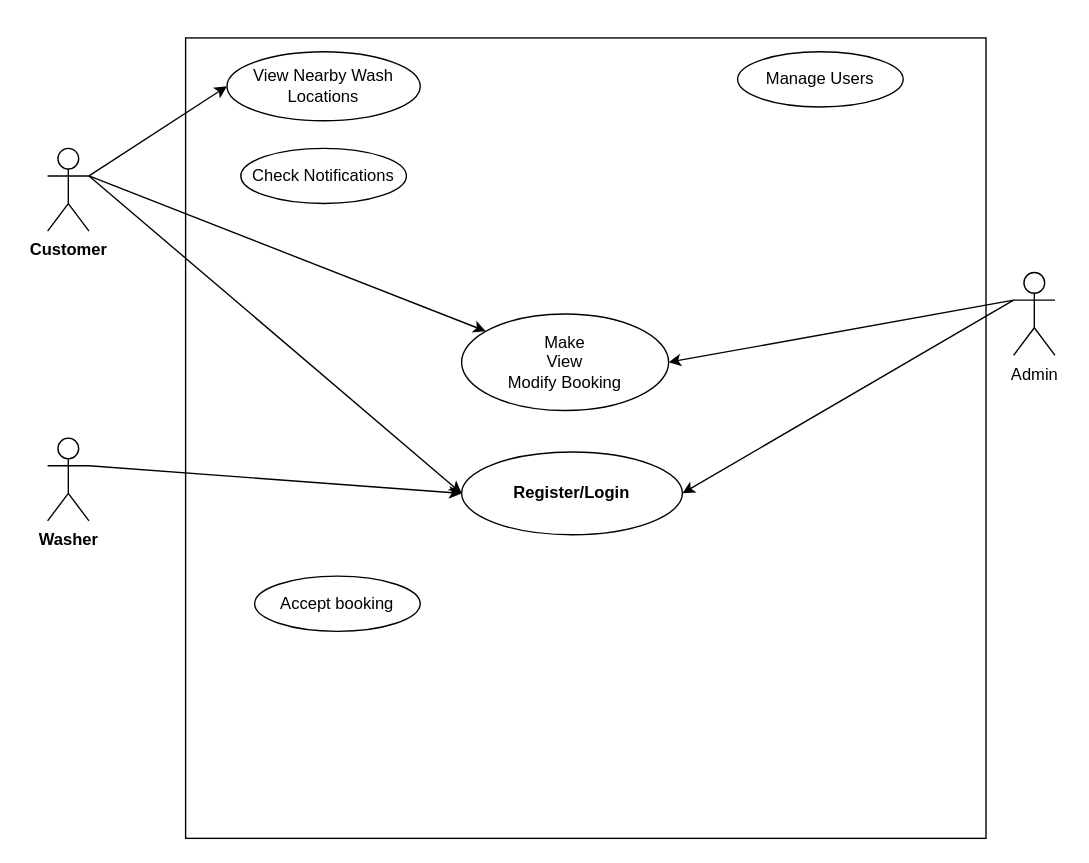
thumbiko/FYPDiagrams keeps this draw.io diagram as use case.drawio. Above is the earlier version. Source tidied: cells renumbered, new cells numbered last; positions are measured from the earlier drawing's top-left corner, leaving out a move shared by most shapes. Both pictures are drawn from the tidied source at 138%, with x=0, y=0 at pixel (47, 37).
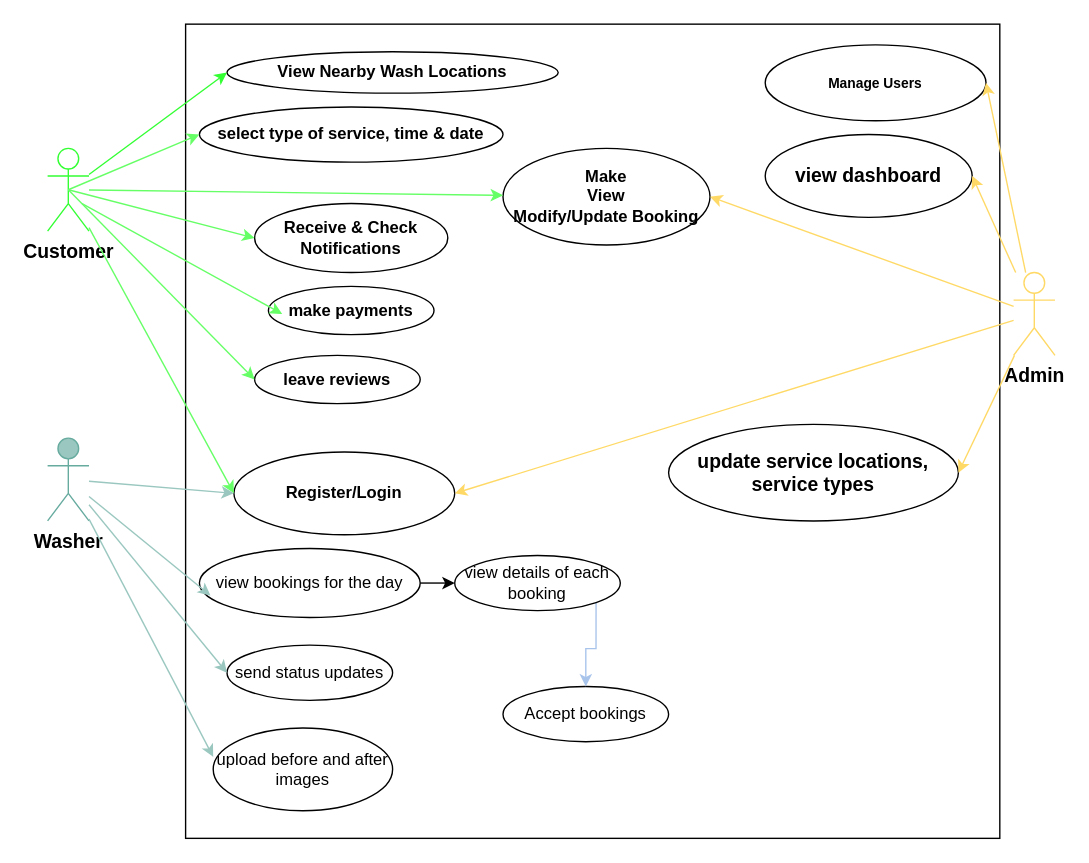
The same diagram, later.

The edit, as a diff of the source:
```diff
@@
-    <mxCell id="2" value="&lt;b&gt;Customer&lt;/b&gt;" style="shape=umlActor;verticalLabelPosition=bottom;verticalAlign=top;html=1;outlineConnect=0;" parent="1" vertex="1">
+    <mxCell id="2" value="&lt;b&gt;&lt;font style=&quot;font-size: 14px;&quot;&gt;Customer&lt;/font&gt;&lt;/b&gt;" style="shape=umlActor;verticalLabelPosition=bottom;verticalAlign=top;html=1;outlineConnect=0;strokeColor=#33FF33;" parent="1" vertex="1">
       <mxGeometry y="80" width="30" height="60" as="geometry" />
     </mxCell>
-    <mxCell id="3" value="&lt;b&gt;Washer&lt;/b&gt;" style="shape=umlActor;verticalLabelPosition=bottom;verticalAlign=top;html=1;outlineConnect=0;" parent="1" vertex="1">
+    <mxCell id="3" value="&lt;b&gt;&lt;font style=&quot;font-size: 14px;&quot;&gt;Washer&lt;/font&gt;&lt;/b&gt;" style="shape=umlActor;verticalLabelPosition=bottom;verticalAlign=top;html=1;outlineConnect=0;strokeColor=#67AB9F;fillColor=#9AC7BF;" parent="1" vertex="1">
       <mxGeometry y="290" width="30" height="60" as="geometry" />
     </mxCell>
-    <mxCell id="4" value="Admin" style="shape=umlActor;verticalLabelPosition=bottom;verticalAlign=top;html=1;outlineConnect=0;" parent="1" vertex="1">
+    <mxCell id="4" value="&lt;b&gt;&lt;font style=&quot;font-size: 14px;&quot;&gt;Admin&lt;/font&gt;&lt;/b&gt;" style="shape=umlActor;verticalLabelPosition=bottom;verticalAlign=top;html=1;outlineConnect=0;strokeColor=#FFD966;" parent="1" vertex="1">
       <mxGeometry x="700" y="170" width="30" height="60" as="geometry" />
     </mxCell>
     <mxCell id="5" style="whiteSpace=wrap;html=1;" parent="1" vertex="1">
-      <mxGeometry x="100" width="580" height="580" as="geometry" />
+      <mxGeometry x="100" y="-10" width="590" height="590" as="geometry" />
     </mxCell>
     <mxCell id="6" value="&lt;b&gt;Register/Login&lt;/b&gt;" style="ellipse;whiteSpace=wrap;html=1;" parent="1" vertex="1">
-      <mxGeometry x="300" y="300" width="160" height="60" as="geometry" />
+      <mxGeometry x="135" y="300" width="160" height="60" as="geometry" />
     </mxCell>
-    <mxCell id="7" style="endArrow=classic;html=1;rounded=0;exitX=1;exitY=0.3333333333333333;exitDx=0;exitDy=0;exitPerimeter=0;entryX=0;entryY=0.5;entryDx=0;entryDy=0;" parent="1" edge="1" source="2" target="6">
+    <mxCell id="7" style="endArrow=classic;html=1;rounded=0;entryX=0;entryY=0.5;entryDx=0;entryDy=0;strokeColor=#66FF66;" parent="1" edge="1" source="2" target="6">
       <mxGeometry relative="1" as="geometry" />
     </mxCell>
-    <mxCell id="8" style="endArrow=classic;html=1;rounded=0;entryX=1;entryY=0.5;entryDx=0;entryDy=0;exitX=0;exitY=0.3333333333333333;exitDx=0;exitDy=0;exitPerimeter=0;" parent="1" edge="1" source="4" target="6">
+    <mxCell id="8" style="endArrow=classic;html=1;rounded=0;entryX=1;entryY=0.5;entryDx=0;entryDy=0;strokeColor=#FFD966;" parent="1" edge="1" source="4" target="6">
       <mxGeometry relative="1" as="geometry" />
     </mxCell>
-    <mxCell id="9" style="endArrow=classic;html=1;rounded=0;exitX=1;exitY=0.3333333333333333;exitDx=0;exitDy=0;exitPerimeter=0;entryX=0;entryY=0.5;entryDx=0;entryDy=0;" parent="1" edge="1" source="3" target="6">
+    <mxCell id="9" style="endArrow=classic;html=1;rounded=0;entryX=0;entryY=0.5;entryDx=0;entryDy=0;strokeColor=#9AC7BF;" parent="1" edge="1" source="3" target="6">
       <mxGeometry relative="1" as="geometry" />
     </mxCell>
-    <mxCell id="10" value="Make&lt;br&gt;View&lt;br&gt;Modify Booking" style="ellipse;whiteSpace=wrap;html=1;" parent="1" vertex="1">
-      <mxGeometry x="300" y="200" width="150" height="70" as="geometry" />
+    <mxCell id="10" value="&lt;b&gt;Make&lt;br&gt;View&lt;br&gt;Modify/Update Booking&lt;/b&gt;" style="ellipse;whiteSpace=wrap;html=1;" parent="1" vertex="1">
+      <mxGeometry x="330" y="80" width="150" height="70" as="geometry" />
     </mxCell>
-    <mxCell id="11" value="Manage Users" style="ellipse;whiteSpace=wrap;html=1;" parent="1" vertex="1">
-      <mxGeometry x="500" y="10" width="120" height="40" as="geometry" />
+    <mxCell id="11" value="&lt;font style=&quot;font-size: 10px;&quot;&gt;&lt;b&gt;Manage Users&lt;/b&gt;&lt;/font&gt;" style="ellipse;whiteSpace=wrap;html=1;" parent="1" vertex="1">
+      <mxGeometry x="520" y="5" width="160" height="55" as="geometry" />
     </mxCell>
-    <mxCell id="12" value="Check Notifications" style="ellipse;whiteSpace=wrap;html=1;" parent="1" vertex="1">
-      <mxGeometry x="140" y="80" width="120" height="40" as="geometry" />
+    <mxCell id="12" value="&lt;b&gt;Receive &amp;amp; Check Notifications&lt;/b&gt;" style="ellipse;whiteSpace=wrap;html=1;" parent="1" vertex="1">
+      <mxGeometry x="150" y="120" width="140" height="50" as="geometry" />
     </mxCell>
-    <mxCell id="13" value="Accept booking" style="ellipse;whiteSpace=wrap;html=1;" parent="1" vertex="1">
-      <mxGeometry x="150" y="390" width="120" height="40" as="geometry" />
+    <mxCell id="13" value="Accept bookings" style="ellipse;whiteSpace=wrap;html=1;" parent="1" vertex="1">
+      <mxGeometry x="330" y="470" width="120" height="40" as="geometry" />
     </mxCell>
-    <mxCell id="14" value="View Nearby Wash Locations" style="ellipse;whiteSpace=wrap;html=1;" parent="1" vertex="1">
-      <mxGeometry x="130" y="10" width="140" height="50" as="geometry" />
+    <mxCell id="14" value="&lt;b&gt;View Nearby Wash Locations&lt;/b&gt;" style="ellipse;whiteSpace=wrap;html=1;" parent="1" vertex="1">
+      <mxGeometry x="130" y="10" width="240" height="30" as="geometry" />
     </mxCell>
-    <mxCell id="15" style="endArrow=classic;html=1;rounded=0;" parent="1" edge="1" target="10">
-      <mxGeometry relative="1" as="geometry">
-        <mxPoint x="30" y="100" as="sourcePoint" />
-      </mxGeometry>
+    <mxCell id="15" style="endArrow=classic;html=1;rounded=0;strokeColor=#66FF66;" parent="1" edge="1" source="2" target="10">
+      <mxGeometry relative="1" as="geometry" />
     </mxCell>
-    <mxCell id="16" style="endArrow=classic;html=1;rounded=0;entryX=1;entryY=0.5;entryDx=0;entryDy=0;" parent="1" edge="1" target="10">
-      <mxGeometry relative="1" as="geometry">
-        <mxPoint x="700" y="190" as="sourcePoint" />
-      </mxGeometry>
+    <mxCell id="16" style="endArrow=classic;html=1;rounded=0;entryX=1;entryY=0.5;entryDx=0;entryDy=0;strokeColor=#FFD966;" parent="1" edge="1" source="4" target="10">
+      <mxGeometry relative="1" as="geometry" />
     </mxCell>
-    <mxCell id="17" style="endArrow=classic;html=1;rounded=0;entryX=0;entryY=0.5;entryDx=0;entryDy=0;" parent="1" edge="1" target="14">
-      <mxGeometry relative="1" as="geometry">
-        <mxPoint x="30" y="100" as="sourcePoint" />
-      </mxGeometry>
+    <mxCell id="17" style="endArrow=classic;html=1;rounded=0;entryX=0;entryY=0.5;entryDx=0;entryDy=0;strokeColor=#33FF33;" parent="1" edge="1" source="2" target="14">
+      <mxGeometry relative="1" as="geometry" />
     </mxCell>
+    <mxCell id="18" value="&lt;font style=&quot;font-size: 14px;&quot;&gt;&lt;b&gt;view dashboard&lt;/b&gt;&lt;/font&gt;" style="ellipse;whiteSpace=wrap;html=1;" parent="1" vertex="1">
+      <mxGeometry x="520" y="70" width="150" height="60" as="geometry" />
+    </mxCell>
+    <mxCell id="19" value="&lt;font style=&quot;font-size: 12px;&quot;&gt;&lt;b style=&quot;&quot;&gt;select type of service, time &amp;amp; date&lt;/b&gt;&lt;/font&gt;" style="ellipse;whiteSpace=wrap;html=1;align=center;" parent="1" vertex="1">
+      <mxGeometry x="110" y="50" width="220" height="40" as="geometry" />
+    </mxCell>
+    <mxCell id="20" style="edgeStyle=orthogonalEdgeStyle;rounded=0;jettySize=auto;html=1;exitX=1;exitY=0.5;exitDx=0;exitDy=0;entryX=0;entryY=0.5;entryDx=0;entryDy=0;" parent="1" edge="1" source="21" target="23">
+      <mxGeometry relative="1" as="geometry" />
+    </mxCell>
+    <mxCell id="21" value="view bookings for the day" style="ellipse;whiteSpace=wrap;html=1;" parent="1" vertex="1">
+      <mxGeometry x="110" y="370" width="160" height="50" as="geometry" />
+    </mxCell>
+    <mxCell id="22" style="edgeStyle=orthogonalEdgeStyle;rounded=0;jettySize=auto;html=1;exitX=1;exitY=1;exitDx=0;exitDy=0;strokeColor=#A9C4EB;" parent="1" edge="1" source="23" target="13">
+      <mxGeometry relative="1" as="geometry" />
+    </mxCell>
+    <mxCell id="23" value="view details of each booking" style="ellipse;whiteSpace=wrap;html=1;" parent="1" vertex="1">
+      <mxGeometry x="295" y="375" width="120" height="40" as="geometry" />
+    </mxCell>
+    <mxCell id="24" value="send status updates" style="ellipse;whiteSpace=wrap;html=1;" parent="1" vertex="1">
+      <mxGeometry x="130" y="440" width="120" height="40" as="geometry" />
+    </mxCell>
+    <mxCell id="25" value="upload before and after images" style="ellipse;whiteSpace=wrap;html=1;" parent="1" vertex="1">
+      <mxGeometry x="120" y="500" width="130" height="60" as="geometry" />
+    </mxCell>
+    <mxCell id="26" value="&lt;font style=&quot;font-size: 14px;&quot;&gt;&lt;b style=&quot;&quot;&gt;update service locations, service types&lt;/b&gt;&lt;/font&gt;" style="ellipse;whiteSpace=wrap;html=1;" parent="1" vertex="1">
+      <mxGeometry x="450" y="280" width="210" height="70" as="geometry" />
+    </mxCell>
+    <mxCell id="27" style="endArrow=classic;html=1;rounded=0;entryX=0;entryY=0.5;entryDx=0;entryDy=0;strokeColor=#9AC7BF;" parent="1" edge="1" source="3" target="24">
+      <mxGeometry relative="1" as="geometry" />
+    </mxCell>
+    <mxCell id="28" style="endArrow=classic;html=1;rounded=0;entryX=0.05;entryY=0.68;entryDx=0;entryDy=0;strokeColor=#9AC7BF;entryPerimeter=0;" parent="1" edge="1" source="3" target="21">
+      <mxGeometry relative="1" as="geometry" />
+    </mxCell>
+    <mxCell id="29" style="endArrow=classic;html=1;rounded=0;entryX=0;entryY=0.35;entryDx=0;entryDy=0;strokeColor=#9AC7BF;entryPerimeter=0;" parent="1" edge="1" source="3" target="25">
+      <mxGeometry relative="1" as="geometry" />
+    </mxCell>
+    <mxCell id="30" style="endArrow=classic;html=1;rounded=0;entryX=1;entryY=0.5;entryDx=0;entryDy=0;strokeColor=#FFD966;" parent="1" edge="1" source="4" target="11">
+      <mxGeometry relative="1" as="geometry" />
+    </mxCell>
+    <mxCell id="31" style="endArrow=classic;html=1;rounded=0;entryX=1;entryY=0.5;entryDx=0;entryDy=0;strokeColor=#FFD966;" parent="1" edge="1" source="4" target="18">
+      <mxGeometry relative="1" as="geometry" />
+    </mxCell>
+    <mxCell id="32" style="endArrow=classic;html=1;rounded=0;entryX=1;entryY=0.5;entryDx=0;entryDy=0;strokeColor=#FFD966;" parent="1" edge="1" source="4" target="26">
+      <mxGeometry relative="1" as="geometry" />
+    </mxCell>
+    <mxCell id="33" style="endArrow=classic;html=1;rounded=0;exitX=0.5;exitY=0.5;exitDx=0;exitDy=0;exitPerimeter=0;entryX=0;entryY=0.5;entryDx=0;entryDy=0;strokeColor=#66FF66;" parent="1" edge="1" source="2" target="12">
+      <mxGeometry relative="1" as="geometry" />
+    </mxCell>
+    <mxCell id="34" style="endArrow=classic;html=1;rounded=0;strokeColor=#66FF66;entryX=0;entryY=0.5;entryDx=0;entryDy=0;exitX=0.5;exitY=0.5;exitDx=0;exitDy=0;exitPerimeter=0;" parent="1" edge="1" source="2" target="19">
+      <mxGeometry relative="1" as="geometry" />
+    </mxCell>
+    <mxCell id="35" value="&lt;b&gt;leave reviews&lt;/b&gt;" style="ellipse;whiteSpace=wrap;html=1;align=center;" parent="1" vertex="1">
+      <mxGeometry x="150" y="230" width="120" height="35" as="geometry" />
+    </mxCell>
+    <mxCell id="36" style="endArrow=classic;html=1;rounded=0;entryX=0;entryY=0.5;entryDx=0;entryDy=0;strokeColor=#66FF66;exitX=0.5;exitY=0.5;exitDx=0;exitDy=0;exitPerimeter=0;" parent="1" edge="1" source="2" target="35">
+      <mxGeometry relative="1" as="geometry" />
+    </mxCell>
+    <mxCell id="37" value="&lt;b&gt;make payments&lt;/b&gt;" style="ellipse;whiteSpace=wrap;html=1;align=center;" parent="1" vertex="1">
+      <mxGeometry x="160" y="180" width="120" height="35" as="geometry" />
+    </mxCell>
+    <mxCell id="38" style="endArrow=classic;html=1;rounded=0;strokeColor=#66FF66;exitX=0.5;exitY=0.5;exitDx=0;exitDy=0;exitPerimeter=0;" parent="1" edge="1">
+      <mxGeometry relative="1" as="geometry">
+        <mxPoint x="25" y="120" as="sourcePoint" />
+        <mxPoint x="170" y="200" as="targetPoint" />
+      </mxGeometry>
+    </mxCell>
```
